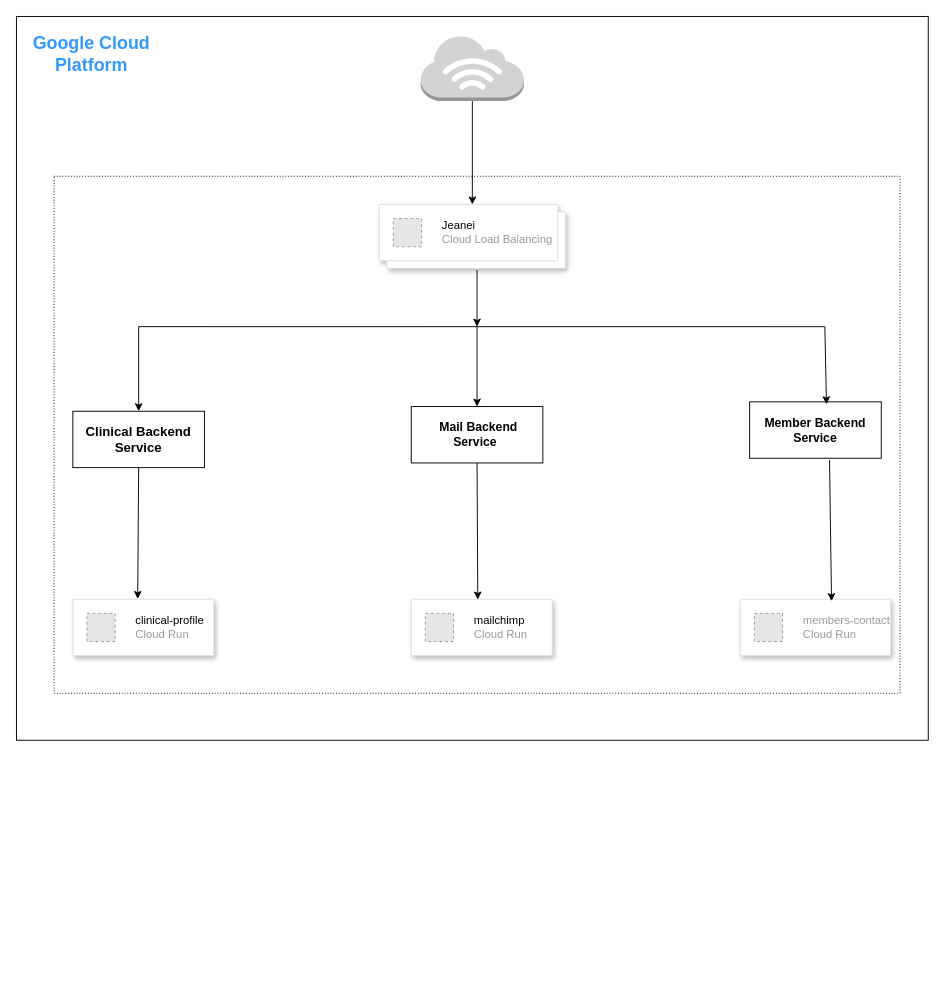
Earlier version of the draw.io diagram raj_infra.drawio (anshultaak/Diagram). Source tidied: cells renumbered, new cells numbered last; positions are measured from the earlier drawing's top-left corner, leaving out a move shared by most shapes. Both pictures are drawn from the tidied source at 94%, with x=0, y=0 at pixel (16, 16). Pictures stored in the file or linked from it are replaced by grey dashed boxes.
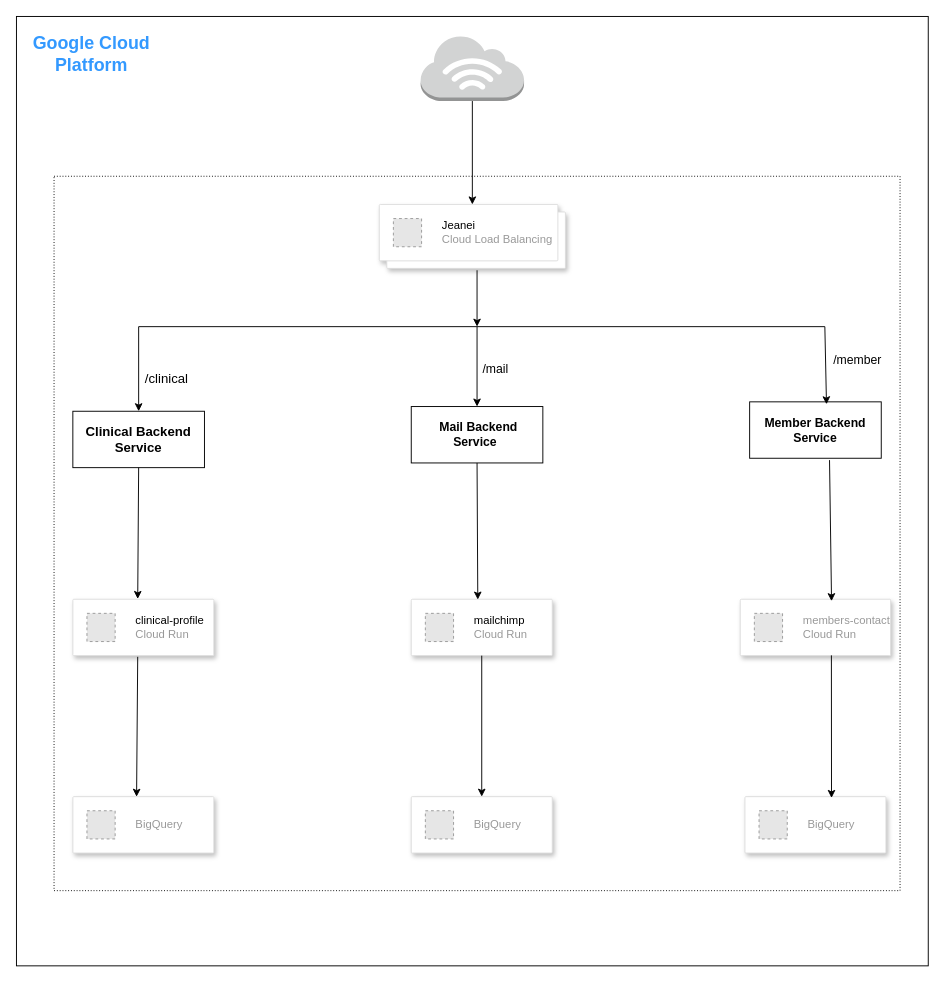
Above is the later version.

Unchanged cells that the change refers to:
```xml
<mxCell id="9" style="strokeColor=#dddddd;shadow=1;strokeWidth=1;rounded=1;absoluteArcSize=1;arcSize=2;" parent="1" vertex="1">
  <mxGeometry x="60" y="620" width="150" height="60" as="geometry" />
</mxCell>
<mxCell id="11" style="strokeColor=#dddddd;shadow=1;strokeWidth=1;rounded=1;absoluteArcSize=1;arcSize=2;" parent="1" vertex="1">
  <mxGeometry x="420" y="620" width="150" height="60" as="geometry" />
</mxCell>
<mxCell id="13" style="strokeColor=#dddddd;shadow=1;strokeWidth=1;rounded=1;absoluteArcSize=1;arcSize=2;" parent="1" vertex="1">
  <mxGeometry x="770" y="620" width="160" height="60" as="geometry" />
</mxCell>
```

Diff of the diagram source:
```diff
@@
     <mxCell id="2" style="rounded=0;whiteSpace=wrap;html=1;" parent="1" vertex="1">
-      <mxGeometry width="970" height="770" as="geometry" />
+      <mxGeometry width="970" height="1010" as="geometry" />
     </mxCell>
     <mxCell id="3" style="rounded=0;whiteSpace=wrap;html=1;dashed=1;dashPattern=1 2;" parent="1" vertex="1">
-      <mxGeometry x="40" y="170" width="900" height="550" as="geometry" />
+      <mxGeometry x="40" y="170" width="900" height="760" as="geometry" />
     </mxCell>
@@
-    <mxCell id="15" style="endArrow=none;html=1;rounded=0;entryX=0.911;entryY=0.291;entryDx=0;entryDy=0;entryPerimeter=0;" parent="1" edge="1" target="3">
+    <mxCell id="15" style="endArrow=none;html=1;rounded=0;" parent="1" edge="1">
       <mxGeometry relative="1" as="geometry">
         <mxPoint x="130" y="330" as="sourcePoint" />
+        <mxPoint x="860" y="330" as="targetPoint" />
       </mxGeometry>
     </mxCell>
@@
+    <mxCell id="26" style="strokeColor=#dddddd;shadow=1;strokeWidth=1;rounded=1;absoluteArcSize=1;arcSize=2;" parent="1" vertex="1">
+      <mxGeometry x="60" y="830" width="150" height="60" as="geometry" />
+    </mxCell>
+    <mxCell id="27" value="BigQuery" style="fillColor=#E6E6E6;strokeColor=#999999;dashed=1;html=1;fontColor=#999999;verticalLabelPosition=middle;verticalAlign=middle;labelPosition=right;align=left;spacingLeft=20;" parent="26" vertex="1">
+      <mxGeometry width="30" height="30" relative="1" as="geometry">
+        <mxPoint x="15" y="15" as="offset" />
+      </mxGeometry>
+    </mxCell>
+    <mxCell id="28" style="strokeColor=#dddddd;shadow=1;strokeWidth=1;rounded=1;absoluteArcSize=1;arcSize=2;" parent="1" vertex="1">
+      <mxGeometry x="420" y="830" width="150" height="60" as="geometry" />
+    </mxCell>
+    <mxCell id="29" value="BigQuery" style="fillColor=#E6E6E6;strokeColor=#999999;dashed=1;html=1;fontColor=#999999;verticalLabelPosition=middle;verticalAlign=middle;labelPosition=right;align=left;spacingLeft=20;" parent="28" vertex="1">
+      <mxGeometry width="30" height="30" relative="1" as="geometry">
+        <mxPoint x="15" y="15" as="offset" />
+      </mxGeometry>
+    </mxCell>
+    <mxCell id="30" style="strokeColor=#dddddd;shadow=1;strokeWidth=1;rounded=1;absoluteArcSize=1;arcSize=2;" parent="1" vertex="1">
+      <mxGeometry x="775" y="830" width="150" height="60" as="geometry" />
+    </mxCell>
+    <mxCell id="31" value="BigQuery" style="fillColor=#E6E6E6;strokeColor=#999999;dashed=1;html=1;fontColor=#999999;verticalLabelPosition=middle;verticalAlign=middle;labelPosition=right;align=left;spacingLeft=20;" parent="30" vertex="1">
+      <mxGeometry width="30" height="30" relative="1" as="geometry">
+        <mxPoint x="15" y="15" as="offset" />
+      </mxGeometry>
+    </mxCell>
+    <mxCell id="32" style="endArrow=classic;html=1;rounded=0;exitX=0.46;exitY=1.021;exitDx=0;exitDy=0;exitPerimeter=0;entryX=0.452;entryY=0.002;entryDx=0;entryDy=0;entryPerimeter=0;" parent="1" edge="1" source="9" target="26">
+      <mxGeometry relative="1" as="geometry" />
+    </mxCell>
+    <mxCell id="33" style="endArrow=classic;html=1;rounded=0;exitX=0.5;exitY=1;exitDx=0;exitDy=0;entryX=0.5;entryY=0;entryDx=0;entryDy=0;" parent="1" edge="1" source="11" target="28">
+      <mxGeometry relative="1" as="geometry" />
+    </mxCell>
+    <mxCell id="34" style="endArrow=classic;html=1;rounded=0;exitX=0.606;exitY=0.995;exitDx=0;exitDy=0;exitPerimeter=0;entryX=0.614;entryY=0.023;entryDx=0;entryDy=0;entryPerimeter=0;" parent="1" edge="1" source="13" target="30">
+      <mxGeometry relative="1" as="geometry" />
+    </mxCell>
+    <mxCell id="35" value="&lt;font style=&quot;font-size: 14px;&quot;&gt;/clinical&lt;/font&gt;" style="text;html=1;align=center;verticalAlign=middle;whiteSpace=wrap;rounded=0;" parent="1" vertex="1">
+      <mxGeometry x="110" y="370" width="100" height="30" as="geometry" />
+    </mxCell>
+    <mxCell id="36" value="&lt;font style=&quot;font-size: 13px;&quot;&gt;/mail&lt;/font&gt;" style="text;html=1;align=center;verticalAlign=middle;whiteSpace=wrap;rounded=0;" parent="1" vertex="1">
+      <mxGeometry x="460" y="360" width="100" height="30" as="geometry" />
+    </mxCell>
+    <mxCell id="37" value="&lt;font style=&quot;font-size: 13px;&quot;&gt;/member&lt;/font&gt;" style="text;html=1;align=center;verticalAlign=middle;whiteSpace=wrap;rounded=0;" parent="1" vertex="1">
+      <mxGeometry x="860" y="350" width="70" height="30" as="geometry" />
+    </mxCell>
```
